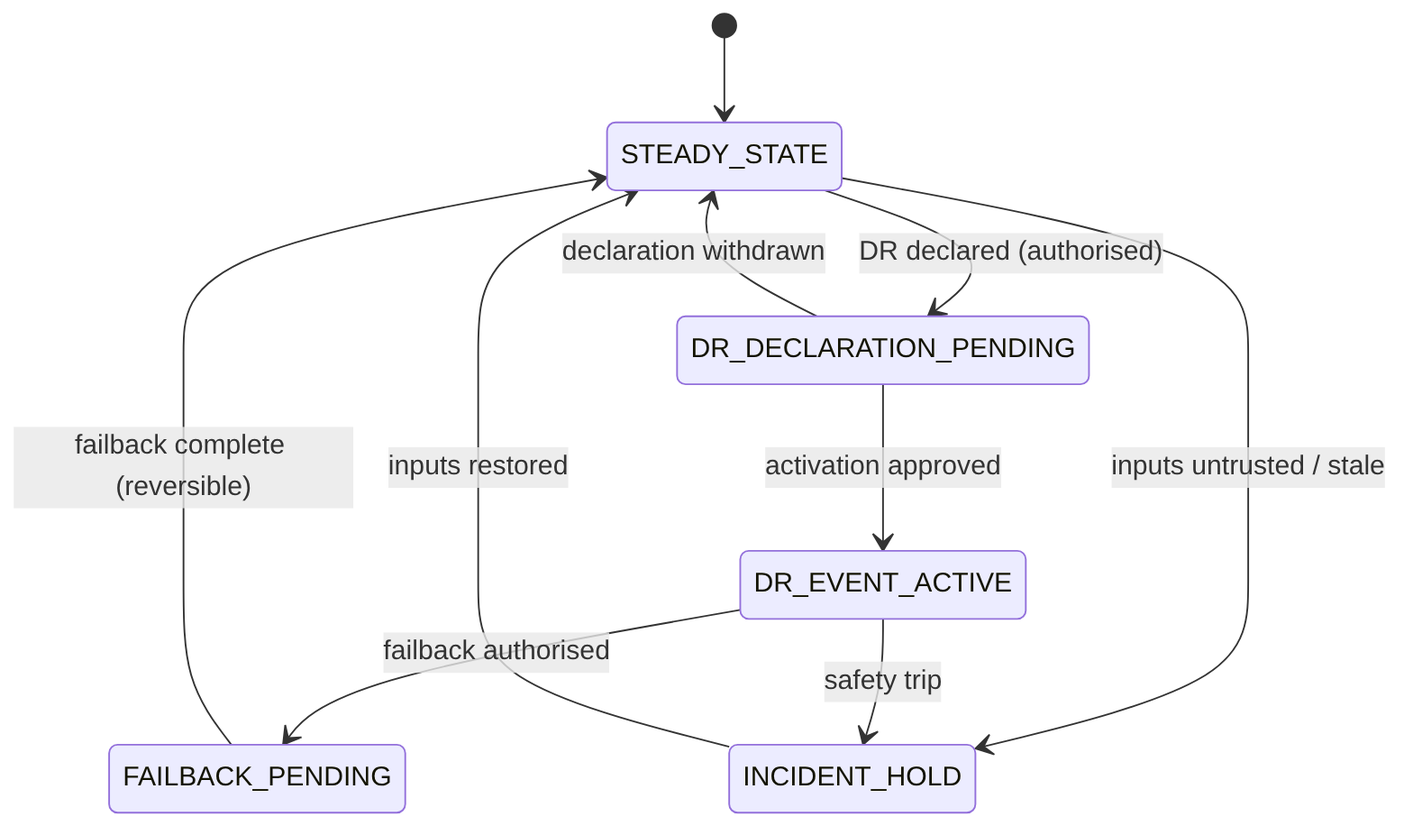
Earlier version of the Mermaid export docs/diagrams/tdd/T6.png (vishnu4573/acrme-capacity-reservation). Its source is kept beside it as docs/diagrams/tdd/T6.mmd. Its diagram source:
```mermaid
stateDiagram-v2
    [*] --> STEADY_STATE
    STEADY_STATE --> DR_DECLARATION_PENDING: DR declared (authorised)
    DR_DECLARATION_PENDING --> DR_EVENT_ACTIVE: activation approved
    DR_DECLARATION_PENDING --> STEADY_STATE: declaration withdrawn
    DR_EVENT_ACTIVE --> FAILBACK_PENDING: failback authorised
    FAILBACK_PENDING --> STEADY_STATE: failback complete (reversible)
    STEADY_STATE --> INCIDENT_HOLD: inputs untrusted / stale
    DR_EVENT_ACTIVE --> INCIDENT_HOLD: safety trip
    INCIDENT_HOLD --> STEADY_STATE: inputs restored
```
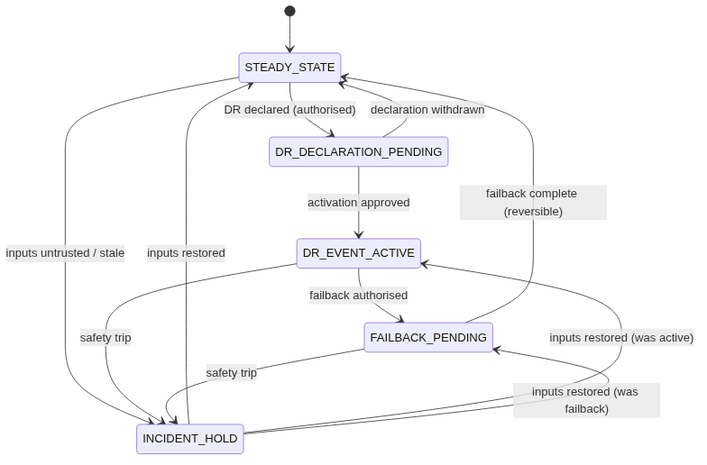
The same file after the commit.

Diff of the diagram source:
```diff
@@ -7,4 +7,7 @@
     FAILBACK_PENDING --> STEADY_STATE: failback complete (reversible)
     STEADY_STATE --> INCIDENT_HOLD: inputs untrusted / stale
     DR_EVENT_ACTIVE --> INCIDENT_HOLD: safety trip
+    FAILBACK_PENDING --> INCIDENT_HOLD: safety trip
     INCIDENT_HOLD --> STEADY_STATE: inputs restored
+    INCIDENT_HOLD --> DR_EVENT_ACTIVE: inputs restored (was active)
+    INCIDENT_HOLD --> FAILBACK_PENDING: inputs restored (was failback)
```
